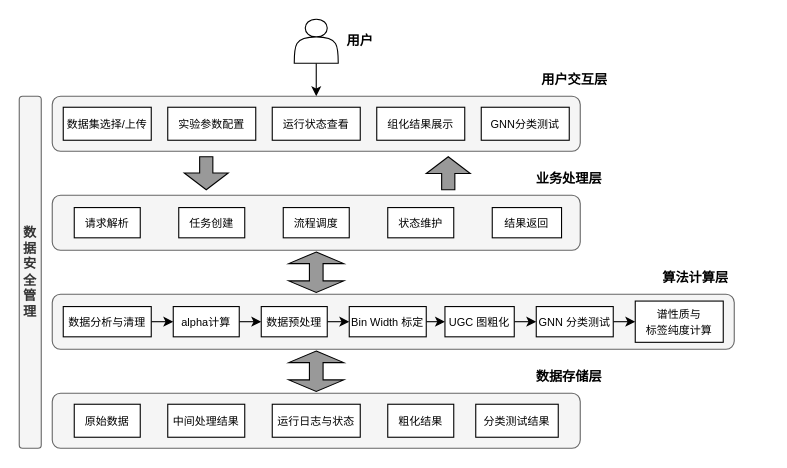
The draw.io diagram 初稿/插图/系统总体架构图.drawio in ya-yaa/NKU-UGC_Project, before the edit. Source tidied: cells renumbered, new cells numbered last; positions are measured from the earlier drawing's top-left corner, leaving out a move shared by most shapes. Both pictures are drawn from the tidied source at 110%, with x=0, y=0 at pixel (19, 19).
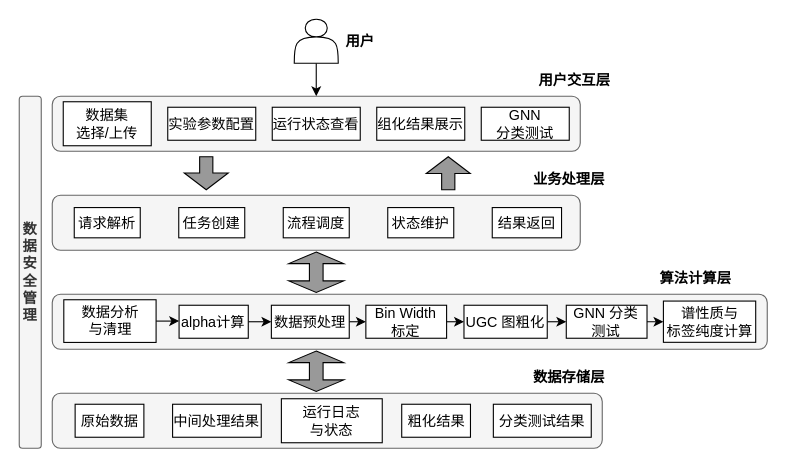
After the change.

Change to the diagram source:
```diff
@@
-    <mxCell id="2" style="edgeStyle=orthogonalEdgeStyle;rounded=0;jettySize=auto;html=1;exitX=0.5;exitY=1;exitDx=0;exitDy=0;entryX=0.5;entryY=0;entryDx=0;entryDy=0;" parent="1" edge="1" source="3" target="12">
+    <mxCell id="2" style="edgeStyle=orthogonalEdgeStyle;rounded=0;jettySize=auto;html=1;exitX=0.5;exitY=1;exitDx=0;exitDy=0;entryX=0.5;entryY=0;entryDx=0;entryDy=0;fontSize=13;" parent="1" edge="1" source="3" target="12">
       <mxGeometry relative="1" as="geometry" />
     </mxCell>
-    <mxCell id="3" style="shape=actor;whiteSpace=wrap;html=1;" parent="1" vertex="1">
+    <mxCell id="3" style="shape=actor;whiteSpace=wrap;html=1;fontSize=13;" parent="1" vertex="1">
       <mxGeometry x="250" width="40" height="40" as="geometry" />
     </mxCell>
-    <mxCell id="4" style="group;" parent="1" vertex="1">
-      <mxGeometry x="30" y="340" width="480" height="50" as="geometry" />
+    <mxCell id="4" style="group;fontSize=13;" parent="1" vertex="1">
+      <mxGeometry x="30" y="340" width="500" height="50" as="geometry" />
     </mxCell>
-    <mxCell id="5" style="rounded=1;whiteSpace=wrap;html=1;fillColor=#f5f5f5;fontColor=#333333;strokeColor=#666666;" parent="4" vertex="1">
-      <mxGeometry width="480" height="50" as="geometry" />
+    <mxCell id="5" style="rounded=1;whiteSpace=wrap;html=1;fillColor=#f5f5f5;fontColor=#333333;strokeColor=#666666;fontSize=13;" parent="4" vertex="1">
+      <mxGeometry width="500" height="50" as="geometry" />
     </mxCell>
-    <mxCell id="6" value="&lt;span style=&quot;font-size: 10px;&quot;&gt;原始数据&lt;/span&gt;" style="rounded=0;whiteSpace=wrap;html=1;" parent="4" vertex="1">
-      <mxGeometry x="20" y="10" width="60" height="30" as="geometry" />
+    <mxCell id="6" value="&lt;span&gt;原始数据&lt;/span&gt;" style="rounded=0;whiteSpace=wrap;html=1;fontSize=13;" parent="4" vertex="1">
+      <mxGeometry x="20.8" y="10" width="62.5" height="30" as="geometry" />
     </mxCell>
-    <mxCell id="7" value="&lt;span style=&quot;font-size: 10px;&quot;&gt;中间处理结果&lt;/span&gt;" style="rounded=0;whiteSpace=wrap;html=1;" parent="4" vertex="1">
-      <mxGeometry x="105" y="10" width="70" height="30" as="geometry" />
+    <mxCell id="7" value="&lt;span&gt;中间处理结果&lt;/span&gt;" style="rounded=0;whiteSpace=wrap;html=1;fontSize=13;" parent="4" vertex="1">
+      <mxGeometry x="109.4" y="10" width="80.6" height="30" as="geometry" />
     </mxCell>
-    <mxCell id="8" value="&lt;span style=&quot;font-size: 10px;&quot;&gt;运行日志与状态&lt;/span&gt;" style="rounded=0;whiteSpace=wrap;html=1;" parent="4" vertex="1">
-      <mxGeometry x="200" y="10" width="80" height="30" as="geometry" />
+    <mxCell id="8" value="&lt;span&gt;运行日志&lt;/span&gt;&lt;div&gt;&lt;span&gt;与状态&lt;/span&gt;&lt;/div&gt;" style="rounded=0;whiteSpace=wrap;html=1;fontSize=13;" parent="4" vertex="1">
+      <mxGeometry x="208.3" y="5" width="91.7" height="40" as="geometry" />
     </mxCell>
-    <mxCell id="9" value="&lt;span style=&quot;font-size: 10px;&quot;&gt;粗化结果&lt;/span&gt;" style="rounded=0;whiteSpace=wrap;html=1;" parent="4" vertex="1">
-      <mxGeometry x="305" y="10" width="60" height="30" as="geometry" />
+    <mxCell id="9" value="&lt;span&gt;粗化结果&lt;/span&gt;" style="rounded=0;whiteSpace=wrap;html=1;fontSize=13;" parent="4" vertex="1">
+      <mxGeometry x="317.7" y="10" width="62.5" height="30" as="geometry" />
     </mxCell>
-    <mxCell id="10" value="&lt;span style=&quot;font-size: 10px;&quot;&gt;分类测试结果&lt;/span&gt;" style="rounded=0;whiteSpace=wrap;html=1;" parent="4" vertex="1">
-      <mxGeometry x="385" y="10" width="75" height="30" as="geometry" />
+    <mxCell id="10" value="&lt;span&gt;分类测试结果&lt;/span&gt;" style="rounded=0;whiteSpace=wrap;html=1;fontSize=13;" parent="4" vertex="1">
+      <mxGeometry x="401" y="10" width="89" height="30" as="geometry" />
     </mxCell>
-    <mxCell id="11" style="group;" parent="1" vertex="1">
+    <mxCell id="11" style="group;fontSize=13;" parent="1" vertex="1">
       <mxGeometry x="30" y="70" width="480" height="50" as="geometry" />
     </mxCell>
-    <mxCell id="12" style="rounded=1;whiteSpace=wrap;html=1;fillColor=#f5f5f5;fontColor=#333333;strokeColor=#666666;" parent="11" vertex="1">
+    <mxCell id="12" style="rounded=1;whiteSpace=wrap;html=1;fillColor=#f5f5f5;fontColor=#333333;strokeColor=#666666;fontSize=13;" parent="11" vertex="1">
       <mxGeometry width="480" height="50" as="geometry" />
     </mxCell>
-    <mxCell id="13" value="&lt;font style=&quot;font-size: 10px;&quot;&gt;数据集选择/上传&lt;/font&gt;" style="rounded=0;whiteSpace=wrap;html=1;" parent="11" vertex="1">
-      <mxGeometry x="10" y="10" width="80" height="30" as="geometry" />
+    <mxCell id="13" value="&lt;font&gt;数据集&lt;/font&gt;&lt;div&gt;&lt;font&gt;选择/上传&lt;/font&gt;&lt;/div&gt;" style="rounded=0;whiteSpace=wrap;html=1;fontSize=13;" parent="11" vertex="1">
+      <mxGeometry x="10" y="5" width="80" height="40" as="geometry" />
     </mxCell>
-    <mxCell id="14" value="&lt;font style=&quot;font-size: 10px;&quot;&gt;实验参数配置&lt;/font&gt;" style="rounded=0;whiteSpace=wrap;html=1;" parent="11" vertex="1">
+    <mxCell id="14" value="&lt;font&gt;实验参数配置&lt;/font&gt;" style="rounded=0;whiteSpace=wrap;html=1;fontSize=13;" parent="11" vertex="1">
       <mxGeometry x="105" y="10" width="80" height="30" as="geometry" />
     </mxCell>
-    <mxCell id="15" value="&lt;font style=&quot;font-size: 10px;&quot;&gt;运行状态查看&lt;/font&gt;" style="rounded=0;whiteSpace=wrap;html=1;" parent="11" vertex="1">
+    <mxCell id="15" value="&lt;font&gt;运行状态查看&lt;/font&gt;" style="rounded=0;whiteSpace=wrap;html=1;fontSize=13;" parent="11" vertex="1">
       <mxGeometry x="200" y="10" width="80" height="30" as="geometry" />
     </mxCell>
-    <mxCell id="16" value="&lt;font style=&quot;font-size: 10px;&quot;&gt;组化结果展示&lt;/font&gt;" style="rounded=0;whiteSpace=wrap;html=1;" parent="11" vertex="1">
+    <mxCell id="16" value="&lt;font&gt;组化结果展示&lt;/font&gt;" style="rounded=0;whiteSpace=wrap;html=1;fontSize=13;" parent="11" vertex="1">
       <mxGeometry x="295" y="10" width="80" height="30" as="geometry" />
     </mxCell>
-    <mxCell id="17" value="&lt;font style=&quot;font-size: 10px;&quot;&gt;GNN分类测试&lt;/font&gt;" style="rounded=0;whiteSpace=wrap;html=1;" parent="11" vertex="1">
+    <mxCell id="17" value="&lt;font&gt;GNN&lt;/font&gt;&lt;div&gt;&lt;font&gt;分类测试&lt;/font&gt;&lt;/div&gt;" style="rounded=0;whiteSpace=wrap;html=1;fontSize=13;" parent="11" vertex="1">
       <mxGeometry x="390" y="10" width="80" height="30" as="geometry" />
     </mxCell>
-    <mxCell id="18" value="&lt;b&gt;用户交互层&lt;/b&gt;" style="text;html=1;whiteSpace=wrap;strokeColor=none;fillColor=none;align=center;verticalAlign=middle;rounded=0;" parent="1" vertex="1">
+    <mxCell id="18" value="&lt;b&gt;用户交互层&lt;/b&gt;" style="text;html=1;whiteSpace=wrap;strokeColor=none;fillColor=none;align=center;verticalAlign=middle;rounded=0;fontSize=13;" parent="1" vertex="1">
       <mxGeometry x="470" y="40" width="70" height="30" as="geometry" />
     </mxCell>
-    <mxCell id="19" value="&lt;b&gt;业务处理层&lt;/b&gt;" style="text;html=1;whiteSpace=wrap;strokeColor=none;fillColor=none;align=center;verticalAlign=middle;rounded=0;" parent="1" vertex="1">
+    <mxCell id="19" value="&lt;b&gt;业务处理层&lt;/b&gt;" style="text;html=1;whiteSpace=wrap;strokeColor=none;fillColor=none;align=center;verticalAlign=middle;rounded=0;fontSize=13;" parent="1" vertex="1">
       <mxGeometry x="460" y="130" width="80" height="30" as="geometry" />
     </mxCell>
-    <mxCell id="20" value="&lt;b&gt;算法计算层&lt;/b&gt;" style="text;html=1;whiteSpace=wrap;strokeColor=none;fillColor=none;align=center;verticalAlign=middle;rounded=0;" parent="1" vertex="1">
+    <mxCell id="20" value="&lt;b&gt;算法计算层&lt;/b&gt;" style="text;html=1;whiteSpace=wrap;strokeColor=none;fillColor=none;align=center;verticalAlign=middle;rounded=0;fontSize=13;" parent="1" vertex="1">
       <mxGeometry x="570" y="220" width="90" height="30" as="geometry" />
     </mxCell>
-    <mxCell id="21" value="&lt;b style=&quot;&quot;&gt;&lt;font&gt;数据存储层&lt;/font&gt;&lt;/b&gt;" style="text;html=1;whiteSpace=wrap;strokeColor=none;fillColor=none;align=center;verticalAlign=middle;rounded=0;" parent="1" vertex="1">
+    <mxCell id="21" value="&lt;b&gt;&lt;font&gt;数据存储层&lt;/font&gt;&lt;/b&gt;" style="text;html=1;whiteSpace=wrap;strokeColor=none;fillColor=none;align=center;verticalAlign=middle;rounded=0;fontSize=13;" parent="1" vertex="1">
       <mxGeometry x="450" y="310" width="100" height="30" as="geometry" />
     </mxCell>
-    <mxCell id="22" value="&lt;b&gt;数据安全管理&lt;/b&gt;" style="rounded=1;whiteSpace=wrap;html=1;fillColor=#f5f5f5;fontColor=#333333;strokeColor=#666666;" parent="1" vertex="1">
+    <mxCell id="22" value="&lt;b&gt;数据安全管理&lt;/b&gt;" style="rounded=1;whiteSpace=wrap;html=1;fillColor=#f5f5f5;fontColor=#333333;strokeColor=#666666;fontSize=13;" parent="1" vertex="1">
       <mxGeometry y="70" width="20" height="320" as="geometry" />
     </mxCell>
-    <mxCell id="23" style="group;" parent="1" vertex="1">
+    <mxCell id="23" style="group;fontSize=13;" parent="1" vertex="1">
       <mxGeometry x="30" y="160" width="480" height="50" as="geometry" />
     </mxCell>
-    <mxCell id="24" style="rounded=1;whiteSpace=wrap;html=1;fillColor=#f5f5f5;fontColor=#333333;strokeColor=#666666;" parent="23" vertex="1">
+    <mxCell id="24" style="rounded=1;whiteSpace=wrap;html=1;fillColor=#f5f5f5;fontColor=#333333;strokeColor=#666666;fontSize=13;" parent="23" vertex="1">
       <mxGeometry width="480" height="50" as="geometry" />
     </mxCell>
-    <mxCell id="25" value="&lt;font style=&quot;font-size: 10px;&quot;&gt;请求解析&lt;/font&gt;" style="rounded=0;whiteSpace=wrap;html=1;" parent="23" vertex="1">
+    <mxCell id="25" value="&lt;font&gt;请求解析&lt;/font&gt;" style="rounded=0;whiteSpace=wrap;html=1;fontSize=13;" parent="23" vertex="1">
       <mxGeometry x="20" y="11.2" width="60" height="27.5" as="geometry" />
     </mxCell>
-    <mxCell id="26" value="&lt;font style=&quot;font-size: 10px;&quot;&gt;任务创建&lt;/font&gt;" style="rounded=0;whiteSpace=wrap;html=1;" parent="23" vertex="1">
+    <mxCell id="26" value="任务创建" style="rounded=0;whiteSpace=wrap;html=1;fontSize=13;" parent="23" vertex="1">
       <mxGeometry x="115" y="11.2" width="60" height="27.5" as="geometry" />
     </mxCell>
-    <mxCell id="27" value="&lt;span style=&quot;font-size: 10px;&quot;&gt;流程调度&lt;/span&gt;" style="rounded=0;whiteSpace=wrap;html=1;" parent="23" vertex="1">
+    <mxCell id="27" value="&lt;span&gt;流程调度&lt;/span&gt;" style="rounded=0;whiteSpace=wrap;html=1;fontSize=13;" parent="23" vertex="1">
       <mxGeometry x="210" y="11.2" width="60" height="27.5" as="geometry" />
     </mxCell>
-    <mxCell id="28" value="&lt;span style=&quot;font-size: 10px;&quot;&gt;状态维护&lt;/span&gt;" style="rounded=0;whiteSpace=wrap;html=1;" parent="23" vertex="1">
+    <mxCell id="28" value="&lt;span&gt;状态维护&lt;/span&gt;" style="rounded=0;whiteSpace=wrap;html=1;fontSize=13;" parent="23" vertex="1">
       <mxGeometry x="305" y="11.2" width="60" height="27.5" as="geometry" />
     </mxCell>
-    <mxCell id="29" value="&lt;span style=&quot;font-size: 10px;&quot;&gt;结果返回&lt;/span&gt;" style="rounded=0;whiteSpace=wrap;html=1;" parent="23" vertex="1">
+    <mxCell id="29" value="&lt;span&gt;结果返回&lt;/span&gt;" style="rounded=0;whiteSpace=wrap;html=1;fontSize=13;" parent="23" vertex="1">
       <mxGeometry x="400" y="11.2" width="63" height="27.5" as="geometry" />
     </mxCell>
-    <mxCell id="30" style="group;" parent="1" vertex="1">
-      <mxGeometry x="30" y="250" width="620" height="50" as="geometry" />
+    <mxCell id="30" style="group;fontSize=13;" parent="1" vertex="1">
+      <mxGeometry x="30" y="250" width="650" height="50" as="geometry" />
     </mxCell>
-    <mxCell id="31" style="rounded=1;whiteSpace=wrap;html=1;fillColor=#f5f5f5;fontColor=#333333;strokeColor=#666666;" parent="30" vertex="1">
-      <mxGeometry width="620" height="50" as="geometry" />
+    <mxCell id="31" style="rounded=1;whiteSpace=wrap;html=1;fillColor=#f5f5f5;fontColor=#333333;strokeColor=#666666;fontSize=13;" parent="30" vertex="1">
+      <mxGeometry width="650" height="50" as="geometry" />
     </mxCell>
-    <mxCell id="32" style="edgeStyle=orthogonalEdgeStyle;rounded=0;jettySize=auto;html=1;exitX=1;exitY=0.5;exitDx=0;exitDy=0;entryX=0;entryY=0.5;entryDx=0;entryDy=0;" parent="30" edge="1" source="33" target="44">
+    <mxCell id="32" style="edgeStyle=orthogonalEdgeStyle;rounded=0;jettySize=auto;html=1;exitX=1;exitY=0.5;exitDx=0;exitDy=0;entryX=0;entryY=0.5;entryDx=0;entryDy=0;fontSize=13;" parent="30" edge="1" source="33" target="44">
       <mxGeometry relative="1" as="geometry" />
     </mxCell>
-    <mxCell id="33" value="&lt;span style=&quot;font-size: 10px;&quot;&gt;数据分析与清理&lt;/span&gt;" style="rounded=0;whiteSpace=wrap;html=1;" parent="30" vertex="1">
-      <mxGeometry x="10" y="11.2" width="80" height="27.5" as="geometry" />
+    <mxCell id="33" value="&lt;span&gt;数据分析&lt;/span&gt;&lt;div&gt;&lt;span&gt;与清理&lt;/span&gt;&lt;/div&gt;" style="rounded=0;whiteSpace=wrap;html=1;fontSize=13;" parent="30" vertex="1">
+      <mxGeometry x="10.5" y="5" width="83.9" height="38.8" as="geometry" />
     </mxCell>
-    <mxCell id="34" style="edgeStyle=orthogonalEdgeStyle;rounded=0;jettySize=auto;html=1;exitX=1;exitY=0.5;exitDx=0;exitDy=0;entryX=0;entryY=0.5;entryDx=0;entryDy=0;" parent="30" edge="1" source="35" target="37">
+    <mxCell id="34" style="edgeStyle=orthogonalEdgeStyle;rounded=0;jettySize=auto;html=1;exitX=1;exitY=0.5;exitDx=0;exitDy=0;entryX=0;entryY=0.5;entryDx=0;entryDy=0;fontSize=13;" parent="30" edge="1" source="35" target="37">
       <mxGeometry relative="1" as="geometry" />
     </mxCell>
-    <mxCell id="35" value="&lt;span style=&quot;font-size: 10px;&quot;&gt;数据预处理&lt;/span&gt;" style="rounded=0;whiteSpace=wrap;html=1;" parent="30" vertex="1">
-      <mxGeometry x="190" y="11.2" width="60" height="27.5" as="geometry" />
+    <mxCell id="35" value="&lt;span&gt;数据预处理&lt;/span&gt;" style="rounded=0;whiteSpace=wrap;html=1;fontSize=13;" parent="30" vertex="1">
+      <mxGeometry x="199.2" y="10" width="70.8" height="30" as="geometry" />
     </mxCell>
-    <mxCell id="36" style="edgeStyle=orthogonalEdgeStyle;rounded=0;jettySize=auto;html=1;exitX=1;exitY=0.5;exitDx=0;exitDy=0;entryX=0;entryY=0.5;entryDx=0;entryDy=0;" parent="30" edge="1" source="37" target="39">
+    <mxCell id="36" style="edgeStyle=orthogonalEdgeStyle;rounded=0;jettySize=auto;html=1;exitX=1;exitY=0.5;exitDx=0;exitDy=0;entryX=0;entryY=0.5;entryDx=0;entryDy=0;fontSize=13;" parent="30" edge="1" source="37" target="39">
       <mxGeometry relative="1" as="geometry" />
     </mxCell>
-    <mxCell id="37" value="&lt;span style=&quot;font-size: 10px;&quot;&gt;Bin Width 标定&lt;/span&gt;" style="rounded=0;whiteSpace=wrap;html=1;" parent="30" vertex="1">
-      <mxGeometry x="270" y="11.2" width="70" height="27.5" as="geometry" />
+    <mxCell id="37" value="&lt;span&gt;Bin Width 标定&lt;/span&gt;" style="rounded=0;whiteSpace=wrap;html=1;fontSize=13;" parent="30" vertex="1">
+      <mxGeometry x="285.1" y="10" width="73.4" height="30" as="geometry" />
     </mxCell>
-    <mxCell id="38" style="edgeStyle=orthogonalEdgeStyle;rounded=0;jettySize=auto;html=1;exitX=1;exitY=0.5;exitDx=0;exitDy=0;entryX=0;entryY=0.5;entryDx=0;entryDy=0;" parent="30" edge="1" source="39" target="42">
+    <mxCell id="38" style="edgeStyle=orthogonalEdgeStyle;rounded=0;jettySize=auto;html=1;exitX=1;exitY=0.5;exitDx=0;exitDy=0;entryX=0;entryY=0.5;entryDx=0;entryDy=0;fontSize=13;" parent="30" edge="1" source="39" target="42">
       <mxGeometry relative="1" as="geometry" />
     </mxCell>
-    <mxCell id="39" value="&lt;span style=&quot;font-size: 10px;&quot;&gt;UGC 图粗化&lt;/span&gt;" style="rounded=0;whiteSpace=wrap;html=1;" parent="30" vertex="1">
-      <mxGeometry x="357" y="11.2" width="63" height="27.5" as="geometry" />
+    <mxCell id="39" value="&lt;span&gt;UGC 图粗化&lt;/span&gt;" style="rounded=0;whiteSpace=wrap;html=1;fontSize=13;" parent="30" vertex="1">
+      <mxGeometry x="374.3" y="10" width="75.7" height="30" as="geometry" />
     </mxCell>
-    <mxCell id="40" value="&lt;span style=&quot;font-size: 10px;&quot;&gt;谱性质与&lt;/span&gt;&lt;div&gt;&lt;span style=&quot;font-size: 10px;&quot;&gt;标签纯度计算&lt;/span&gt;&lt;/div&gt;" style="rounded=0;whiteSpace=wrap;html=1;" parent="30" vertex="1">
-      <mxGeometry x="530" y="6.2" width="80" height="37.5" as="geometry" />
+    <mxCell id="40" value="&lt;span&gt;谱性质与&lt;/span&gt;&lt;div&gt;&lt;span&gt;标签纯度计算&lt;/span&gt;&lt;/div&gt;" style="rounded=0;whiteSpace=wrap;html=1;fontSize=13;" parent="30" vertex="1">
+      <mxGeometry x="555.6" y="6.2" width="83.9" height="37.5" as="geometry" />
     </mxCell>
-    <mxCell id="41" style="edgeStyle=orthogonalEdgeStyle;rounded=0;jettySize=auto;html=1;exitX=1;exitY=0.5;exitDx=0;exitDy=0;entryX=0;entryY=0.5;entryDx=0;entryDy=0;" parent="30" edge="1" source="42" target="40">
+    <mxCell id="41" style="edgeStyle=orthogonalEdgeStyle;rounded=0;jettySize=auto;html=1;exitX=1;exitY=0.5;exitDx=0;exitDy=0;entryX=0;entryY=0.5;entryDx=0;entryDy=0;fontSize=13;" parent="30" edge="1" source="42" target="40">
       <mxGeometry relative="1" as="geometry" />
     </mxCell>
-    <mxCell id="42" value="&lt;span style=&quot;font-size: 10px;&quot;&gt;GNN 分类测试&lt;/span&gt;" style="rounded=0;whiteSpace=wrap;html=1;" parent="30" vertex="1">
-      <mxGeometry x="440" y="11.2" width="70" height="27.5" as="geometry" />
+    <mxCell id="42" value="&lt;span&gt;GNN 分类测试&lt;/span&gt;" style="rounded=0;whiteSpace=wrap;html=1;fontSize=13;" parent="30" vertex="1">
+      <mxGeometry x="467.3" y="10" width="73.4" height="30" as="geometry" />
     </mxCell>
-    <mxCell id="43" style="edgeStyle=orthogonalEdgeStyle;rounded=0;jettySize=auto;html=1;exitX=1;exitY=0.5;exitDx=0;exitDy=0;entryX=0;entryY=0.5;entryDx=0;entryDy=0;" parent="30" edge="1" source="44" target="35">
+    <mxCell id="43" style="edgeStyle=orthogonalEdgeStyle;rounded=0;jettySize=auto;html=1;exitX=1;exitY=0.5;exitDx=0;exitDy=0;entryX=0;entryY=0.5;entryDx=0;entryDy=0;fontSize=13;" parent="30" edge="1" source="44" target="35">
       <mxGeometry relative="1" as="geometry" />
     </mxCell>
-    <mxCell id="44" value="&lt;span style=&quot;font-size: 10px;&quot;&gt;alpha计算&lt;/span&gt;" style="rounded=0;whiteSpace=wrap;html=1;" parent="30" vertex="1">
-      <mxGeometry x="110" y="11.2" width="60" height="27.5" as="geometry" />
+    <mxCell id="44" value="&lt;span&gt;alpha计算&lt;/span&gt;" style="rounded=0;whiteSpace=wrap;html=1;fontSize=13;" parent="30" vertex="1">
+      <mxGeometry x="115.3" y="10" width="62.9" height="30" as="geometry" />
     </mxCell>
-    <mxCell id="45" style="html=1;shadow=0;dashed=0;align=center;verticalAlign=middle;shape=mxgraph.arrows2.arrow;dy=0.7;dx=15.29;direction=south;notch=0;fillColor=#999999;" parent="1" vertex="1">
+    <mxCell id="45" style="html=1;shadow=0;dashed=0;align=center;verticalAlign=middle;shape=mxgraph.arrows2.arrow;dy=0.7;dx=15.29;direction=south;notch=0;fillColor=#999999;fontSize=13;" parent="1" vertex="1">
       <mxGeometry x="150" y="125" width="40" height="30" as="geometry" />
     </mxCell>
-    <mxCell id="46" style="html=1;shadow=0;dashed=0;align=center;verticalAlign=middle;shape=mxgraph.arrows2.arrow;dy=0.7;dx=15.29;direction=south;notch=0;rotation=-180;fillColor=#999999;" parent="1" vertex="1">
+    <mxCell id="46" style="html=1;shadow=0;dashed=0;align=center;verticalAlign=middle;shape=mxgraph.arrows2.arrow;dy=0.7;dx=15.29;direction=south;notch=0;rotation=-180;fillColor=#999999;fontSize=13;" parent="1" vertex="1">
       <mxGeometry x="370" y="125" width="40" height="30" as="geometry" />
     </mxCell>
-    <mxCell id="47" value="&lt;b&gt;用户&lt;/b&gt;" style="text;html=1;whiteSpace=wrap;strokeColor=none;fillColor=none;align=center;verticalAlign=middle;rounded=0;" parent="1" vertex="1">
+    <mxCell id="47" value="&lt;b&gt;用户&lt;/b&gt;" style="text;html=1;whiteSpace=wrap;strokeColor=none;fillColor=none;align=center;verticalAlign=middle;rounded=0;fontSize=13;" parent="1" vertex="1">
       <mxGeometry x="280" y="5" width="60" height="30" as="geometry" />
     </mxCell>
-    <mxCell id="48" style="shape=doubleArrow;whiteSpace=wrap;html=1;rotation=90;arrowWidth=0.2485714285714266;arrowSize=0.2864607952556044;fillColor=#999999;" parent="1" vertex="1">
+    <mxCell id="48" style="shape=doubleArrow;whiteSpace=wrap;html=1;rotation=90;arrowWidth=0.2485714285714266;arrowSize=0.2864607952556044;fillColor=#999999;fontSize=13;" parent="1" vertex="1">
       <mxGeometry x="251.6" y="205" width="36.8" height="50" as="geometry" />
     </mxCell>
-    <mxCell id="49" style="shape=doubleArrow;whiteSpace=wrap;html=1;rotation=90;arrowWidth=0.2485714285714266;arrowSize=0.2864607952556044;fillColor=#999999;" parent="1" vertex="1">
+    <mxCell id="49" style="shape=doubleArrow;whiteSpace=wrap;html=1;rotation=90;arrowWidth=0.2485714285714266;arrowSize=0.2864607952556044;fillColor=#999999;fontSize=13;" parent="1" vertex="1">
       <mxGeometry x="251.6" y="295" width="36.8" height="50" as="geometry" />
     </mxCell>
```
